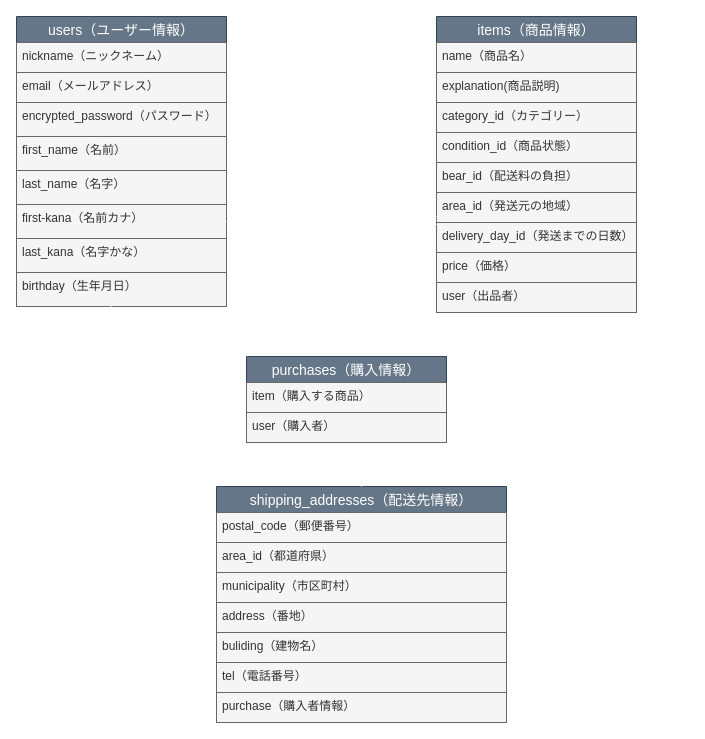
This is ER.dio from sabinuki198/furima-37908, a draw.io file, before an edit. Source tidied: cells renumbered, new cells numbered last; positions are measured from the earlier drawing's top-left corner, leaving out a move shared by most shapes. Both pictures are drawn from the tidied source at 100%, with x=0, y=0 at pixel (16, 16).
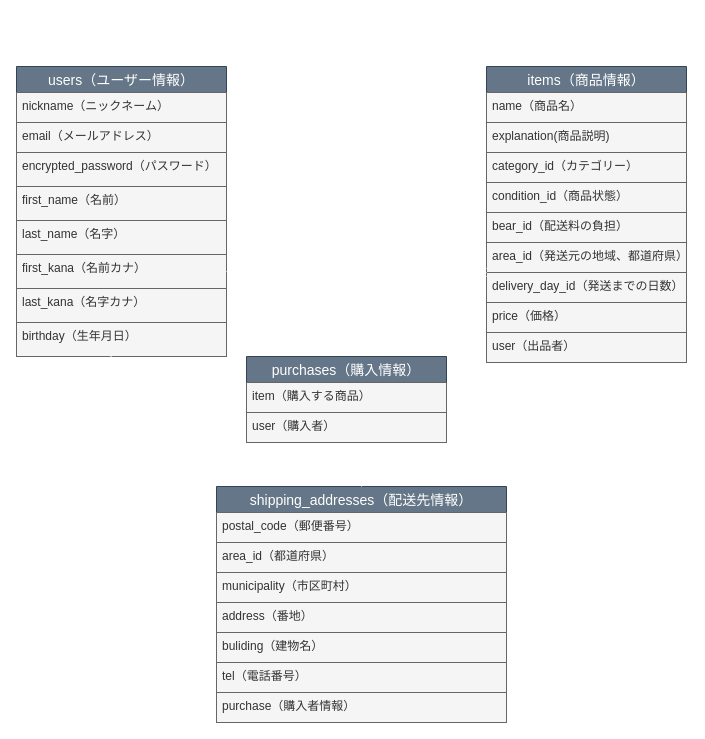
The same page after the edit.

The change refers to these unchanged cells:
```xml
<mxCell id="18" value="delivery_day_id（発送までの日数）" style="text;spacingLeft=4;spacingRight=4;overflow=hidden;points=[[0,0.5],[1,0.5]];portConstraint=eastwest;fontSize=12;fillColor=#f5f5f5;fontColor=#333333;strokeColor=#666666;" parent="11" vertex="1">
  <mxGeometry y="206" width="200" height="30" as="geometry" />
</mxCell>
```

The edit, as a diff of the source:
```diff
@@
     <mxCell id="2" value="users（ユーザー情報）" style="swimlane;fontStyle=0;horizontal=1;startSize=26;align=center;fontSize=14;labelBackgroundColor=none;fillColor=#647687;fontColor=#ffffff;strokeColor=#314354;" parent="1" vertex="1">
-      <mxGeometry width="210" height="290" as="geometry" />
+      <mxGeometry y="50" width="210" height="290" as="geometry" />
     </mxCell>
@@
-    <mxCell id="8" value="first-kana（名前カナ）" style="text;spacingLeft=4;spacingRight=4;overflow=hidden;points=[[0,0.5],[1,0.5]];portConstraint=eastwest;fontSize=12;fillColor=#f5f5f5;fontColor=#333333;strokeColor=#666666;" parent="2" vertex="1">
+    <mxCell id="8" value="first_kana（名前カナ）" style="text;spacingLeft=4;spacingRight=4;overflow=hidden;points=[[0,0.5],[1,0.5]];portConstraint=eastwest;fontSize=12;fillColor=#f5f5f5;fontColor=#333333;strokeColor=#666666;" parent="2" vertex="1">
       <mxGeometry y="188" width="210" height="34" as="geometry" />
     </mxCell>
-    <mxCell id="9" value="last_kana（名字かな）" style="text;spacingLeft=4;spacingRight=4;overflow=hidden;fontSize=12;fillColor=#f5f5f5;fontColor=#333333;strokeColor=#666666;" parent="2" vertex="1">
+    <mxCell id="9" value="last_kana（名字カナ）" style="text;spacingLeft=4;spacingRight=4;overflow=hidden;fontSize=12;fillColor=#f5f5f5;fontColor=#333333;strokeColor=#666666;" parent="2" vertex="1">
       <mxGeometry y="222" width="210" height="34" as="geometry" />
     </mxCell>
@@
     <mxCell id="11" value="items（商品情報）" style="swimlane;fontStyle=0;horizontal=1;startSize=26;align=center;fontSize=14;fillColor=#647687;strokeColor=#314354;fontColor=#ffffff;" parent="1" vertex="1">
-      <mxGeometry x="420" width="200" height="296" as="geometry" />
+      <mxGeometry x="470" y="50" width="200" height="296" as="geometry" />
     </mxCell>
@@
-    <mxCell id="17" value="area_id（発送元の地域）" style="text;spacingLeft=4;spacingRight=4;overflow=hidden;fontSize=12;fillColor=#f5f5f5;fontColor=#333333;strokeColor=#666666;" parent="11" vertex="1">
+    <mxCell id="17" value="area_id（発送元の地域、都道府県）" style="text;spacingLeft=4;spacingRight=4;overflow=hidden;fontSize=12;fillColor=#f5f5f5;fontColor=#333333;strokeColor=#666666;" parent="11" vertex="1">
       <mxGeometry y="176" width="200" height="30" as="geometry" />
     </mxCell>
@@
-    <mxCell id="32" style="edgeStyle=entityRelationEdgeStyle;fontSize=12;html=1;endArrow=ERoneToMany;startArrow=ERmandOne;startFill=0;fillColor=#f5f5f5;strokeColor=#FFFFFF;exitX=1;exitY=0.5;exitDx=0;exitDy=0;endFill=0;" parent="1" edge="1" source="8">
-      <mxGeometry relative="1" as="geometry">
-        <mxPoint x="420" y="204" as="targetPoint" />
-      </mxGeometry>
+    <mxCell id="32" style="edgeStyle=entityRelationEdgeStyle;fontSize=12;html=1;endArrow=ERoneToMany;startArrow=ERmandOne;startFill=0;fillColor=#f5f5f5;strokeColor=#FFFFFF;exitX=1;exitY=0.5;exitDx=0;exitDy=0;endFill=0;entryX=0;entryY=0;entryDx=0;entryDy=0;entryPerimeter=0;" parent="1" edge="1" source="8" target="18">
+      <mxGeometry relative="1" as="geometry" />
     </mxCell>
```
